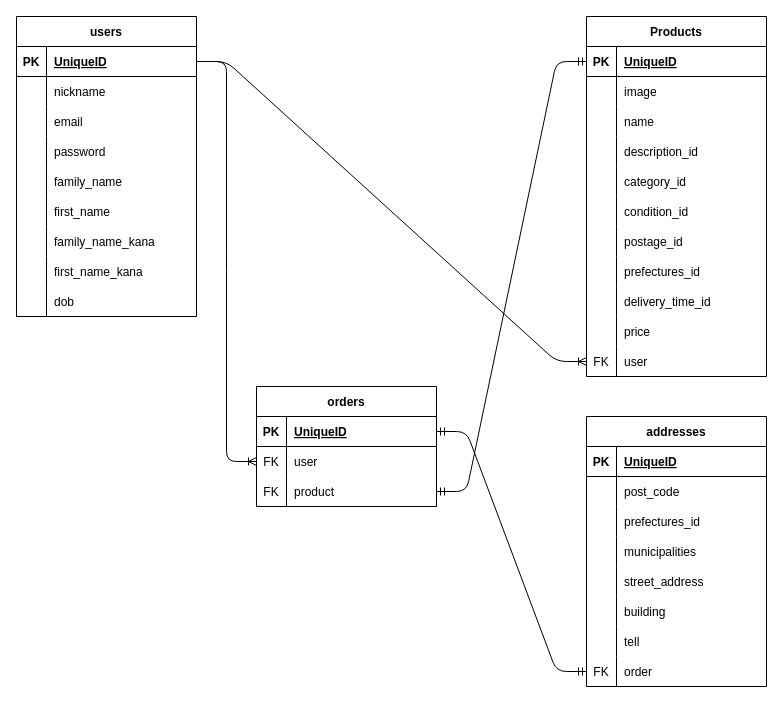
The draw.io diagram table.dio in daisukeXIV/furima-40724, before the edit. Source tidied: cells renumbered, new cells numbered last; positions are measured from the earlier drawing's top-left corner, leaving out a move shared by most shapes. Both pictures are drawn from the tidied source at 100%, with x=0, y=0 at pixel (16, 16).
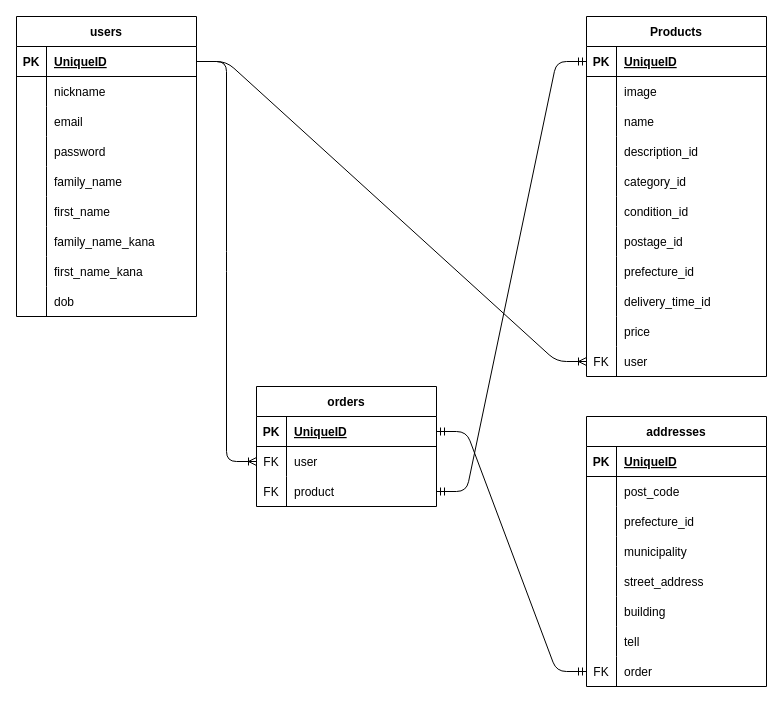
The same page after the edit.

Commit message:
ER図のコミット忘れ

Unchanged cells that the change refers to:
```xml
<mxCell id="52" style="shape=tableRow;horizontal=0;startSize=0;swimlaneHead=0;swimlaneBody=0;fillColor=none;top=0;left=0;right=0;bottom=0;" parent="30" vertex="1">
  <mxGeometry y="240" width="180" height="30" as="geometry" />
</mxCell>
<mxCell id="84" style="shape=tableRow;horizontal=0;startSize=0;swimlaneHead=0;swimlaneBody=0;fillColor=none;top=0;left=0;right=0;bottom=0;" parent="77" vertex="1">
  <mxGeometry y="90" width="180" height="30" as="geometry" />
</mxCell>
<mxCell id="87" style="shape=tableRow;horizontal=0;startSize=0;swimlaneHead=0;swimlaneBody=0;fillColor=none;top=0;left=0;right=0;bottom=0;" parent="77" vertex="1">
  <mxGeometry y="120" width="180" height="30" as="geometry" />
</mxCell>
```

Diff of the diagram source:
```diff
@@
-    <mxCell id="54" value="prefectures_id" style="shape=partialRectangle;fillColor=none;top=0;left=0;bottom=0;right=0;align=left;spacingLeft=6;overflow=hidden;" parent="52" vertex="1">
+    <mxCell id="54" value="prefecture_id" style="shape=partialRectangle;fillColor=none;top=0;left=0;bottom=0;right=0;align=left;spacingLeft=6;overflow=hidden;" parent="52" vertex="1">
       <mxGeometry x="30" width="150" height="30" as="geometry" />
     </mxCell>
@@
-    <mxCell id="86" value="prefectures_id" style="shape=partialRectangle;fillColor=none;top=0;left=0;bottom=0;right=0;align=left;spacingLeft=6;overflow=hidden;" parent="84" vertex="1">
+    <mxCell id="86" value="prefecture_id" style="shape=partialRectangle;fillColor=none;top=0;left=0;bottom=0;right=0;align=left;spacingLeft=6;overflow=hidden;" parent="84" vertex="1">
       <mxGeometry x="30" width="150" height="30" as="geometry" />
     </mxCell>
@@
-    <mxCell id="89" value="municipalities" style="shape=partialRectangle;fillColor=none;top=0;left=0;bottom=0;right=0;align=left;spacingLeft=6;overflow=hidden;" parent="87" vertex="1">
+    <mxCell id="89" value="municipality" style="shape=partialRectangle;fillColor=none;top=0;left=0;bottom=0;right=0;align=left;spacingLeft=6;overflow=hidden;" parent="87" vertex="1">
       <mxGeometry x="30" width="150" height="30" as="geometry" />
     </mxCell>
```
